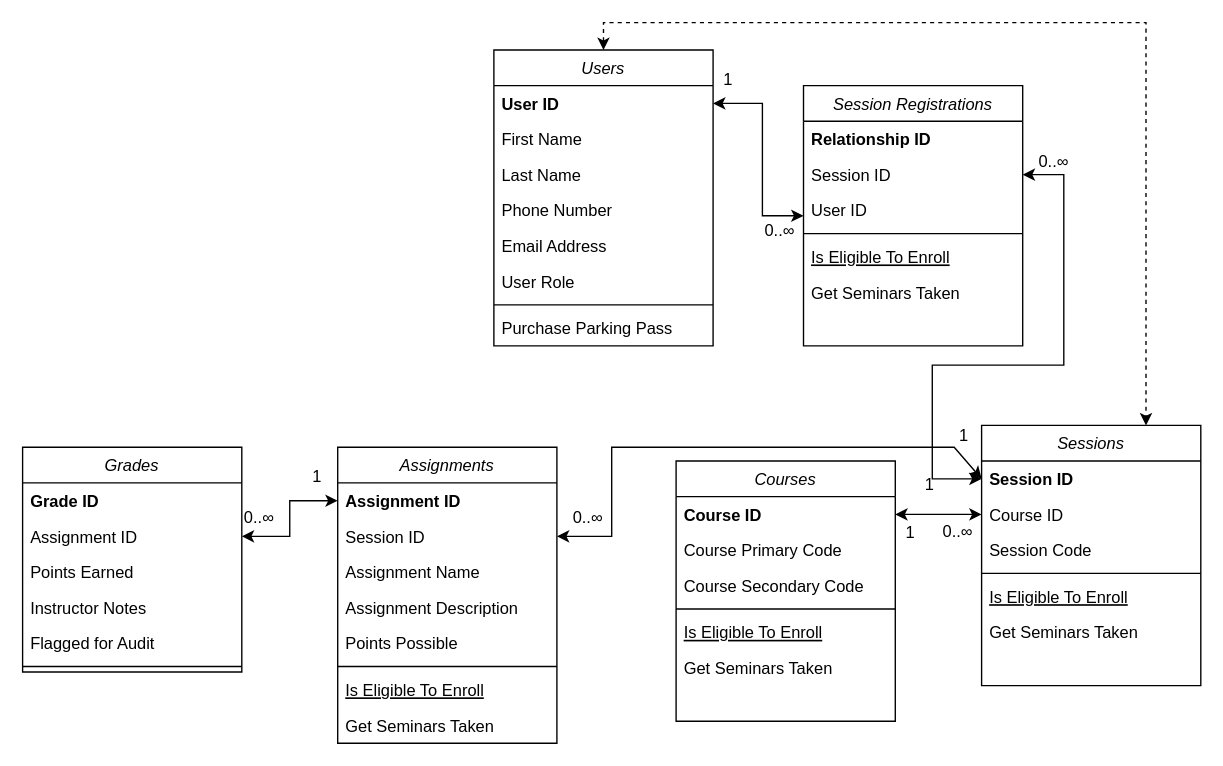
Earlier version of the draw.io diagram Documentation/General Information/Database.drawio (BenJewell/CMPS480_SP22). Source tidied: cells renumbered, new cells numbered last; positions are measured from the earlier drawing's top-left corner, leaving out a move shared by most shapes. Both pictures are drawn from the tidied source at 137%, with x=0, y=0 at pixel (22, 22).
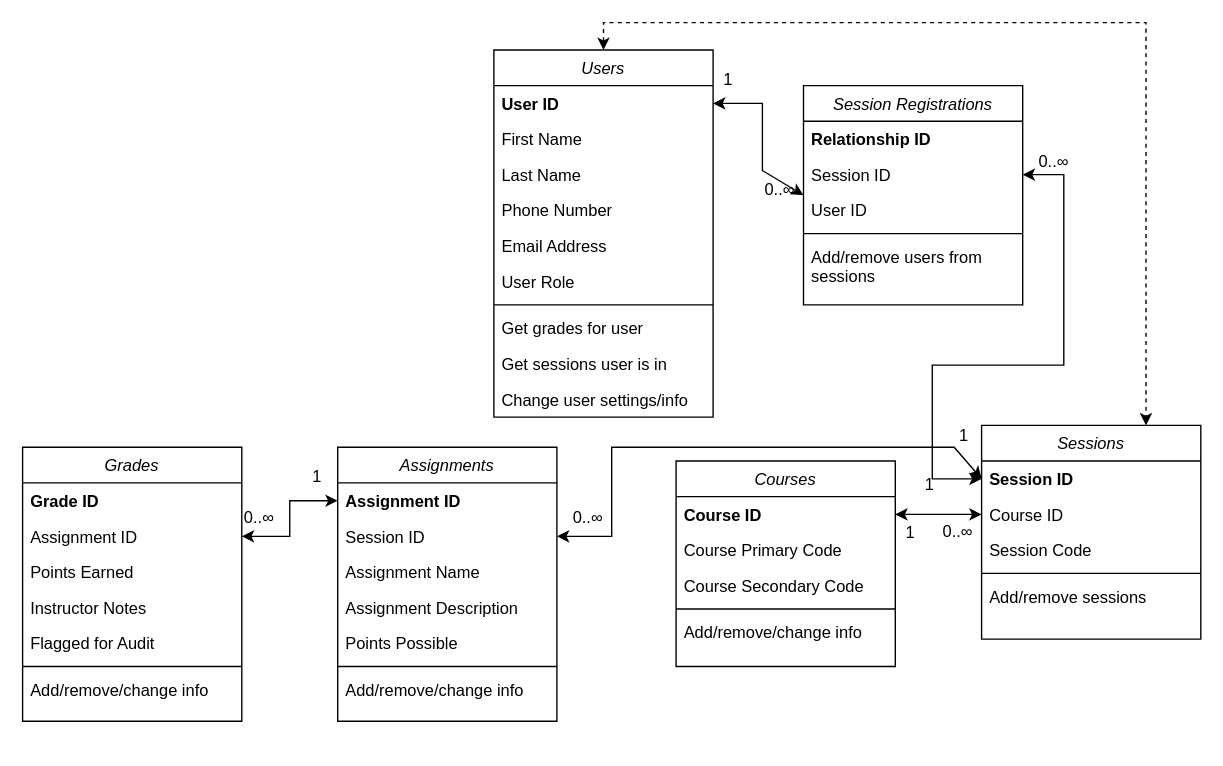
Above is the later version.

Commit message:
Started Working on Actions

Unchanged cells that the change refers to:
```xml
<mxCell id="3" value="User ID" style="text;align=left;verticalAlign=top;spacingLeft=4;spacingRight=4;overflow=hidden;points=[[0,0.5],[1,0.5]];portConstraint=eastwest;fontStyle=1;" parent="2" vertex="1">
  <mxGeometry y="26" width="160" height="26" as="geometry" />
</mxCell>
```

The edit, as a diff of the source:
```diff
@@
     <mxCell id="2" value="Users" style="swimlane;fontStyle=2;align=center;verticalAlign=top;horizontal=1;startSize=26;rounded=0;shadow=0;strokeWidth=1;" parent="1" vertex="1">
-      <mxGeometry x="344" y="20" width="160" height="216" as="geometry" />
+      <mxGeometry x="344" y="20" width="160" height="268" as="geometry" />
     </mxCell>
@@
+    <mxCell id="65" value="Get grades for user" style="text;align=left;verticalAlign=top;spacingLeft=4;spacingRight=4;overflow=hidden;" parent="2" vertex="1">
+      <mxGeometry y="190" width="160" height="26" as="geometry" />
+    </mxCell>
-    <mxCell id="10" value="Purchase Parking Pass" style="text;align=left;verticalAlign=top;spacingLeft=4;spacingRight=4;overflow=hidden;" parent="2" vertex="1">
-      <mxGeometry y="190" width="160" height="26" as="geometry" />
+    <mxCell id="10" value="Get sessions user is in" style="text;align=left;verticalAlign=top;spacingLeft=4;spacingRight=4;overflow=hidden;" parent="2" vertex="1">
+      <mxGeometry y="216" width="160" height="26" as="geometry" />
     </mxCell>
+    <mxCell id="66" value="Change user settings/info" style="text;align=left;verticalAlign=top;spacingLeft=4;spacingRight=4;overflow=hidden;" parent="2" vertex="1">
+      <mxGeometry y="242" width="160" height="26" as="geometry" />
+    </mxCell>
     <mxCell id="11" value="Assignments" style="swimlane;fontStyle=2;align=center;verticalAlign=top;horizontal=1;startSize=26;rounded=0;shadow=0;strokeWidth=1;" parent="1" vertex="1">
-      <mxGeometry x="230" y="310" width="160" height="216" as="geometry" />
+      <mxGeometry x="230" y="310" width="160" height="200" as="geometry" />
     </mxCell>
@@
-    <mxCell id="18" value="Is Eligible To Enroll" style="text;align=left;verticalAlign=top;spacingLeft=4;spacingRight=4;overflow=hidden;fontStyle=4;" parent="11" vertex="1">
-      <mxGeometry y="164" width="160" height="26" as="geometry" />
-    </mxCell>
-    <mxCell id="19" value="Get Seminars Taken" style="text;align=left;verticalAlign=top;spacingLeft=4;spacingRight=4;overflow=hidden;" parent="11" vertex="1">
-      <mxGeometry y="190" width="160" height="26" as="geometry" />
-    </mxCell>
+    <mxCell id="67" value="Add/remove/change info" style="text;align=left;verticalAlign=top;spacingLeft=4;spacingRight=4;overflow=hidden;" parent="11" vertex="1">
+      <mxGeometry y="164" width="160" height="28" as="geometry" />
+    </mxCell>
     <mxCell id="20" value="Grades" style="swimlane;fontStyle=2;align=center;verticalAlign=top;horizontal=1;startSize=26;rounded=0;shadow=0;strokeWidth=1;" parent="1" vertex="1">
-      <mxGeometry y="310" width="160" height="164" as="geometry" />
+      <mxGeometry y="310" width="160" height="200" as="geometry" />
     </mxCell>
@@
+    <mxCell id="68" value="Add/remove/change info" style="text;align=left;verticalAlign=top;spacingLeft=4;spacingRight=4;overflow=hidden;" parent="20" vertex="1">
+      <mxGeometry y="164" width="160" height="28" as="geometry" />
+    </mxCell>
     <mxCell id="27" value="Sessions" style="swimlane;fontStyle=2;align=center;verticalAlign=top;horizontal=1;startSize=26;rounded=0;shadow=0;strokeWidth=1;" parent="1" vertex="1">
-      <mxGeometry x="700" y="294" width="160" height="190" as="geometry" />
+      <mxGeometry x="700" y="294" width="160" height="156" as="geometry" />
     </mxCell>
@@
-    <mxCell id="32" value="Is Eligible To Enroll" style="text;align=left;verticalAlign=top;spacingLeft=4;spacingRight=4;overflow=hidden;fontStyle=4;" parent="27" vertex="1">
-      <mxGeometry y="112" width="160" height="26" as="geometry" />
-    </mxCell>
-    <mxCell id="33" value="Get Seminars Taken" style="text;align=left;verticalAlign=top;spacingLeft=4;spacingRight=4;overflow=hidden;" parent="27" vertex="1">
-      <mxGeometry y="138" width="160" height="26" as="geometry" />
+    <mxCell id="33" value="Add/remove sessions" style="text;align=left;verticalAlign=top;spacingLeft=4;spacingRight=4;overflow=hidden;" parent="27" vertex="1">
+      <mxGeometry y="112" width="160" height="26" as="geometry" />
     </mxCell>
     <mxCell id="34" value="Session Registrations" style="swimlane;fontStyle=2;align=center;verticalAlign=top;horizontal=1;startSize=26;rounded=0;shadow=0;strokeWidth=1;" parent="1" vertex="1">
-      <mxGeometry x="570" y="46" width="160" height="190" as="geometry" />
+      <mxGeometry x="570" y="46" width="160" height="160" as="geometry" />
     </mxCell>
@@
-    <mxCell id="39" value="Is Eligible To Enroll" style="text;align=left;verticalAlign=top;spacingLeft=4;spacingRight=4;overflow=hidden;fontStyle=4;" parent="34" vertex="1">
-      <mxGeometry y="112" width="160" height="26" as="geometry" />
-    </mxCell>
-    <mxCell id="40" value="Get Seminars Taken" style="text;align=left;verticalAlign=top;spacingLeft=4;spacingRight=4;overflow=hidden;" parent="34" vertex="1">
-      <mxGeometry y="138" width="160" height="26" as="geometry" />
-    </mxCell>
+    <mxCell id="69" value="Add/remove users from&#10;sessions" style="text;align=left;verticalAlign=top;spacingLeft=4;spacingRight=4;overflow=hidden;" parent="34" vertex="1">
+      <mxGeometry y="112" width="160" height="48" as="geometry" />
+    </mxCell>
     <mxCell id="41" value="Courses" style="swimlane;fontStyle=2;align=center;verticalAlign=top;horizontal=1;startSize=26;rounded=0;shadow=0;strokeWidth=1;" parent="1" vertex="1">
-      <mxGeometry x="477" y="320" width="160" height="190" as="geometry" />
+      <mxGeometry x="477" y="320" width="160" height="150" as="geometry" />
     </mxCell>
@@
-    <mxCell id="46" value="Is Eligible To Enroll" style="text;align=left;verticalAlign=top;spacingLeft=4;spacingRight=4;overflow=hidden;fontStyle=4;" parent="41" vertex="1">
-      <mxGeometry y="112" width="160" height="26" as="geometry" />
-    </mxCell>
-    <mxCell id="47" value="Get Seminars Taken" style="text;align=left;verticalAlign=top;spacingLeft=4;spacingRight=4;overflow=hidden;" parent="41" vertex="1">
-      <mxGeometry y="138" width="160" height="26" as="geometry" />
-    </mxCell>
@@
+    <mxCell id="70" value="Add/remove/change info" style="text;align=left;verticalAlign=top;spacingLeft=4;spacingRight=4;overflow=hidden;" parent="41" vertex="1">
+      <mxGeometry y="112" width="160" height="28" as="geometry" />
+    </mxCell>
@@
     <mxCell id="52" style="edgeStyle=none;rounded=0;jettySize=auto;html=1;exitX=1;exitY=0.5;exitDx=0;exitDy=0;entryX=0;entryY=0.5;entryDx=0;entryDy=0;startArrow=classic;startFill=1;" parent="1" edge="1" source="3" target="34">
       <mxGeometry relative="1" as="geometry">
         <Array as="points">
           <mxPoint x="540" y="59" />
-          <mxPoint x="540" y="141" />
+          <mxPoint x="540" y="108" />
         </Array>
       </mxGeometry>
     </mxCell>
@@
     <mxCell id="58" value="0..∞" style="align=left;verticalAlign=bottom;labelBackgroundColor=none;fontSize=12;" parent="1" vertex="1">
-      <mxGeometry x="540" y="160" as="geometry" />
+      <mxGeometry x="540" y="130" as="geometry" />
     </mxCell>
```
